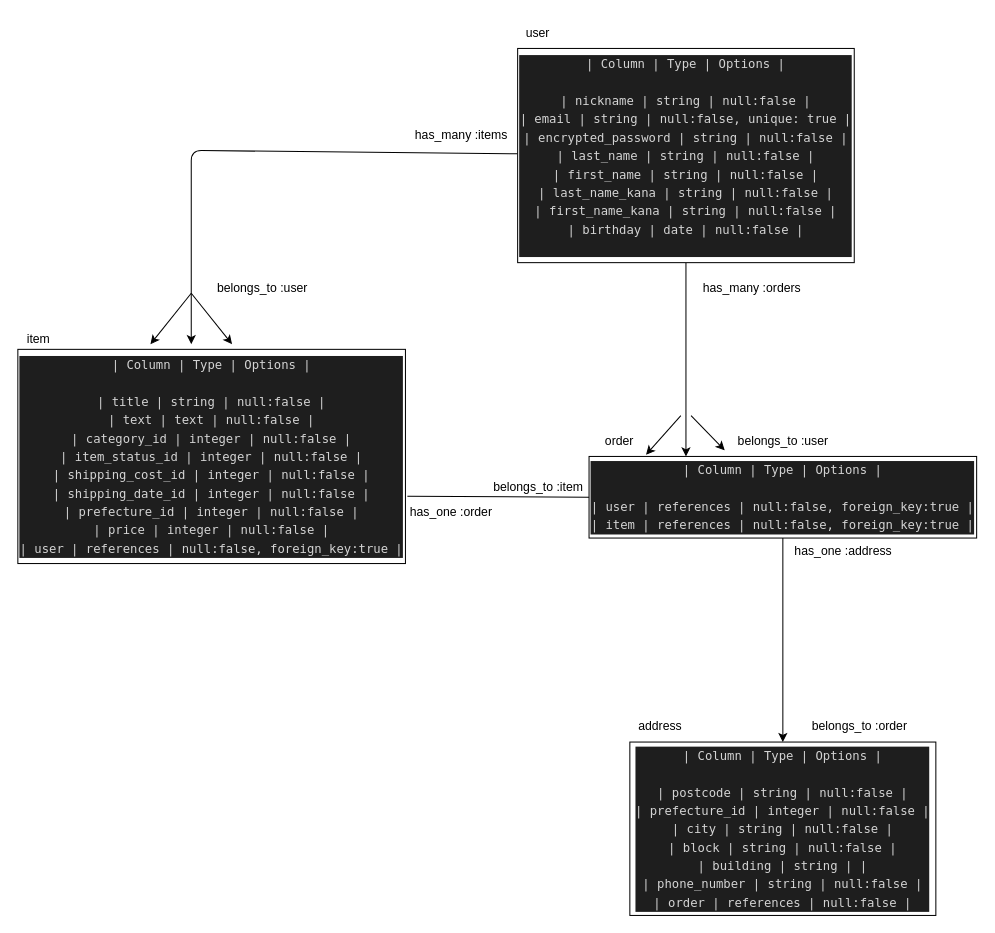
Before: ER.dio in rxi4/furima2-38037, a draw.io diagram. Source tidied: cells renumbered, new cells numbered last; positions are measured from the earlier drawing's top-left corner, leaving out a move shared by most shapes. Both pictures are drawn from the tidied source at 102%, with x=0, y=0 at pixel (17, 17).
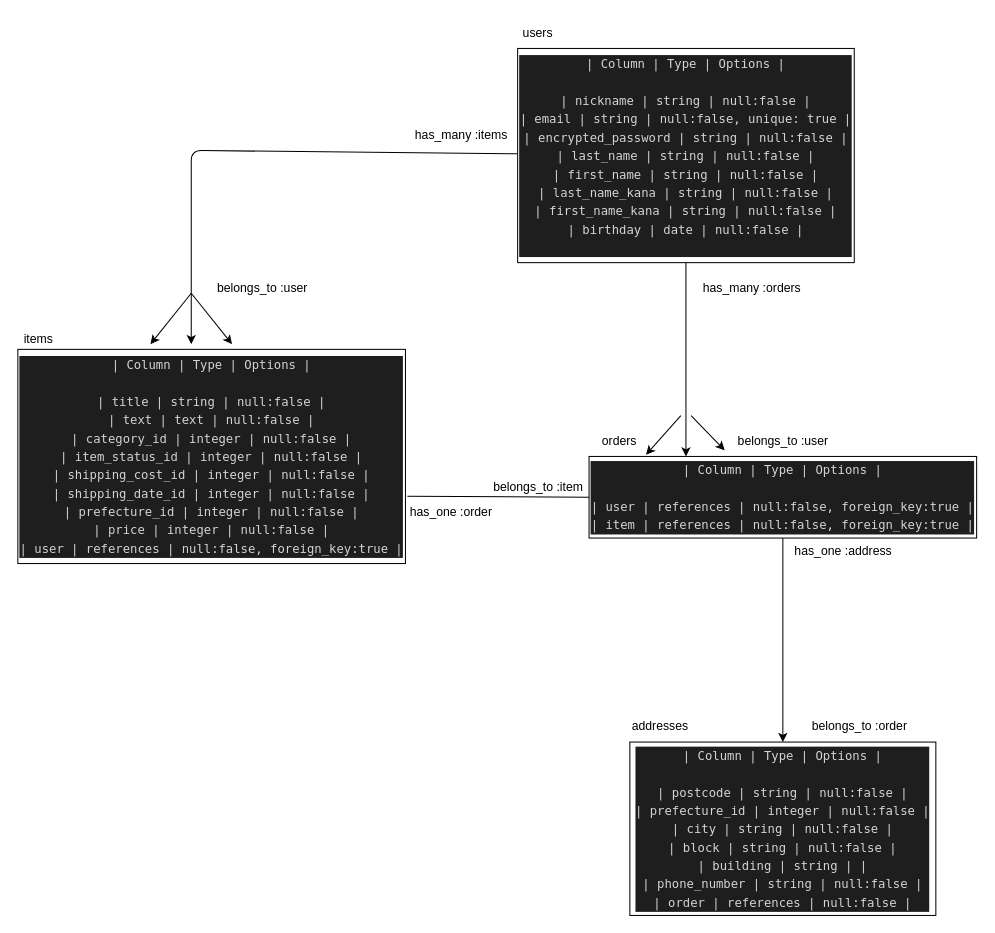
Above is the later version.

Change to the diagram source:
```diff
@@
-    <mxCell id="6" value="user" style="text;html=1;strokeColor=none;fillColor=none;align=center;verticalAlign=middle;whiteSpace=wrap;rounded=0;" parent="1" vertex="1">
+    <mxCell id="6" value="users" style="text;html=1;strokeColor=none;fillColor=none;align=center;verticalAlign=middle;whiteSpace=wrap;rounded=0;" parent="1" vertex="1">
       <mxGeometry x="480" width="60" height="30" as="geometry" />
     </mxCell>
@@
-    <mxCell id="9" value="item" style="text;html=1;align=center;verticalAlign=middle;strokeColor=none;fillColor=none;" parent="1" vertex="1">
+    <mxCell id="9" value="items" style="text;html=1;align=center;verticalAlign=middle;strokeColor=none;fillColor=none;" parent="1" vertex="1">
       <mxGeometry y="305" width="40" height="20" as="geometry" />
     </mxCell>
@@
-    <mxCell id="14" value="order" style="text;html=1;strokeColor=none;fillColor=none;align=center;verticalAlign=middle;whiteSpace=wrap;rounded=0;" parent="1" vertex="1">
+    <mxCell id="14" value="orders" style="text;html=1;strokeColor=none;fillColor=none;align=center;verticalAlign=middle;whiteSpace=wrap;rounded=0;" parent="1" vertex="1">
       <mxGeometry x="560" y="400" width="60" height="30" as="geometry" />
     </mxCell>
@@
-    <mxCell id="16" value="address" style="text;html=1;strokeColor=none;fillColor=none;align=center;verticalAlign=middle;whiteSpace=wrap;rounded=0;" parent="1" vertex="1">
+    <mxCell id="16" value="addresses" style="text;html=1;strokeColor=none;fillColor=none;align=center;verticalAlign=middle;whiteSpace=wrap;rounded=0;" parent="1" vertex="1">
       <mxGeometry x="600" y="680" width="60" height="30" as="geometry" />
     </mxCell>
```
